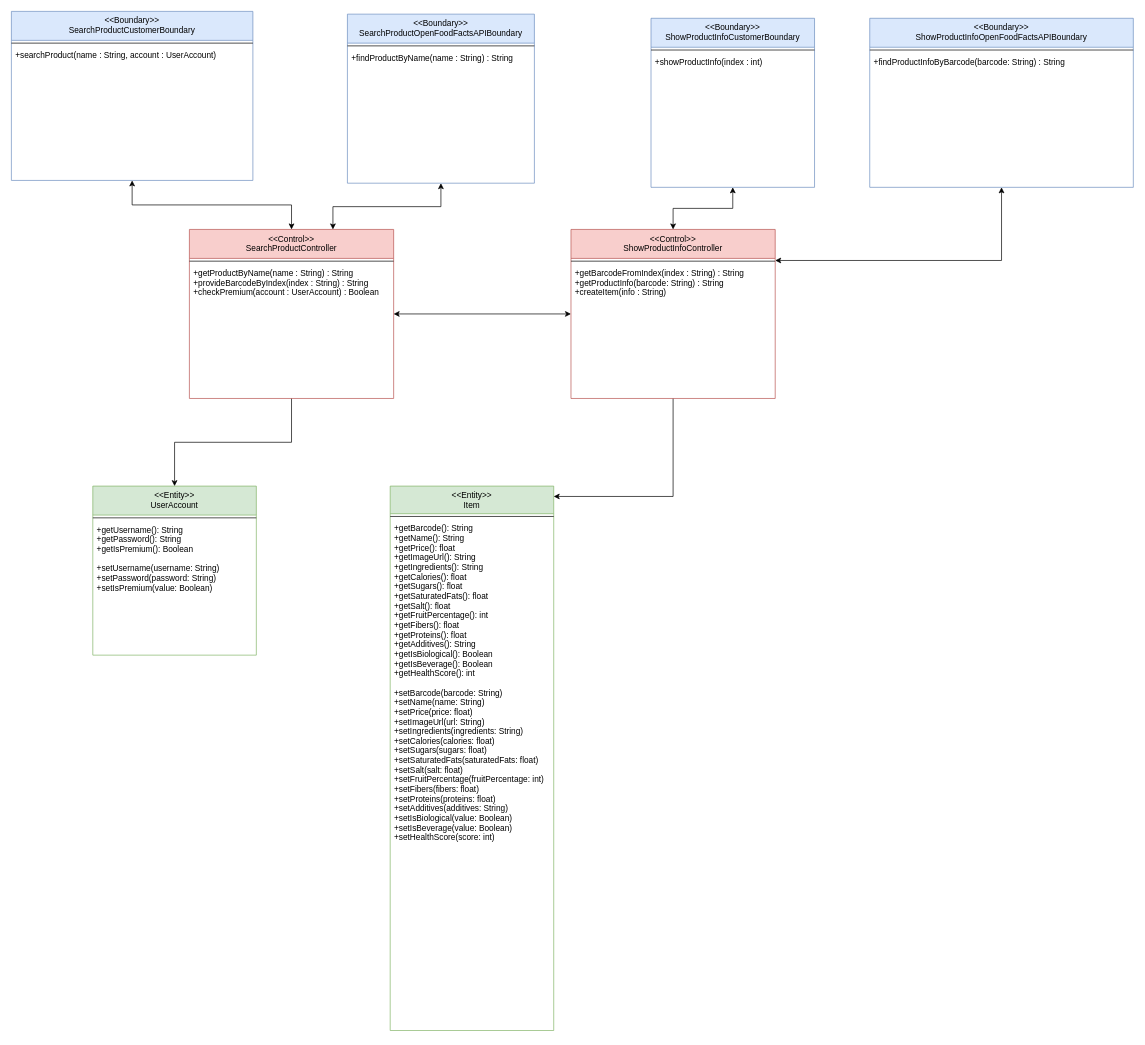
Above: docx&pdf/ClassDiagram_BCE/SearchProduct_BCE.drawio in FredHats99/HealthyCart (draw.io), before the change. Source tidied: cells renumbered, new cells numbered last; positions are measured from the earlier drawing's top-left corner, leaving out a move shared by most shapes. Both pictures are drawn from the tidied source at 69%, with x=0, y=0 at pixel (11, 11).
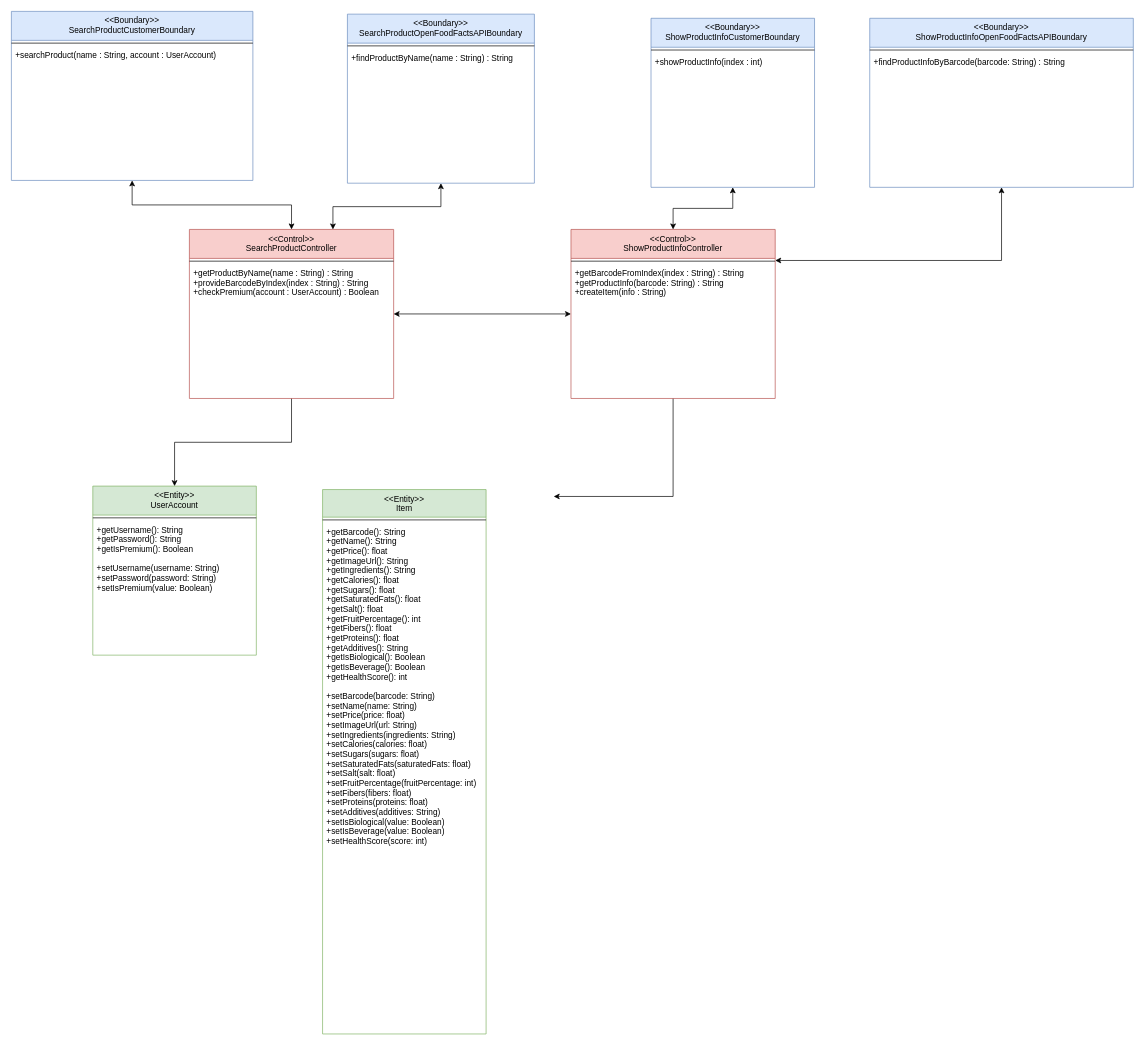
Above is the later version.

Unchanged cells that the change refers to:
```xml
<mxCell id="27" value="&lt;&lt;Control&gt;&gt;&#10;ShowProductInfoController" style="swimlane;fontStyle=0;align=center;verticalAlign=top;horizontal=1;startSize=42;rounded=0;shadow=0;strokeWidth=1;fillColor=#f8cecc;strokeColor=#b85450;" parent="1" vertex="1">
  <mxGeometry x="811" y="316" width="296" height="245" as="geometry" />
</mxCell>
```

What changed in the source:
```diff
@@
     <mxCell id="5" value="&lt;&lt;Entity&gt;&gt;&#10;Item" style="swimlane;fontStyle=0;align=center;verticalAlign=top;horizontal=1;startSize=40;rounded=0;shadow=0;strokeWidth=1;fillColor=#d5e8d4;strokeColor=#82b366;" parent="1" vertex="1">
-      <mxGeometry x="549" y="688" width="237" height="789" as="geometry" />
+      <mxGeometry x="451" y="693" width="237" height="789" as="geometry" />
     </mxCell>
@@
-    <mxCell id="26" style="edgeStyle=orthogonalEdgeStyle;rounded=0;jettySize=auto;html=1;startArrow=none;startFill=0;" parent="1" edge="1" source="27" target="5">
+    <mxCell id="26" style="edgeStyle=orthogonalEdgeStyle;rounded=0;jettySize=auto;html=1;startArrow=none;startFill=0;" parent="1" edge="1" source="27">
       <mxGeometry relative="1" as="geometry">
+        <mxPoint x="786" y="703" as="targetPoint" />
         <Array as="points">
           <mxPoint x="959" y="703" />
         </Array>
       </mxGeometry>
     </mxCell>
```
